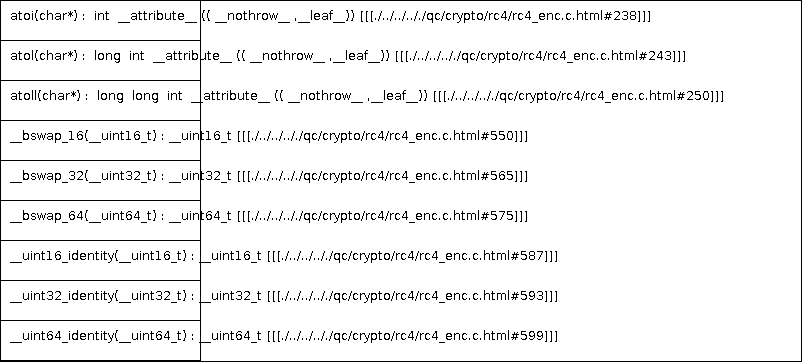
This is docs/qc/crypto/rc4/rc4_enc.c.png from qualitesys/openssl, a PlantUML export, as it was before one commit. Its source is kept beside it as docs/qc/crypto/rc4/rc4_enc.c.puml.
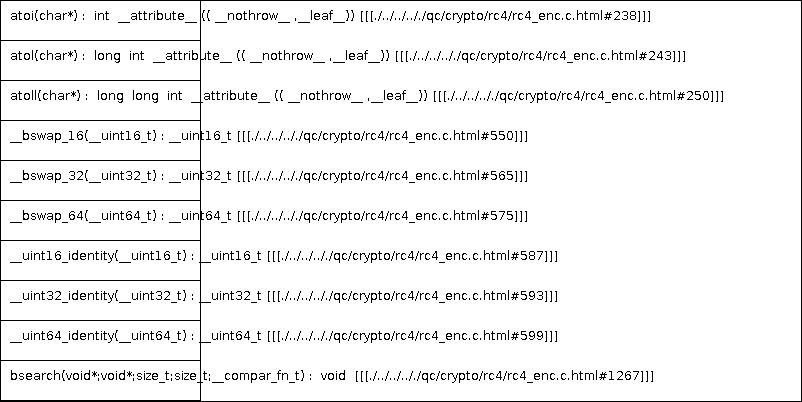
The same diagram one commit later.

The edit, as a diff of the source:
```diff
@@ -10,5 +10,6 @@
 __uint16_identity(__uint16_t) : __uint16_t [[[./../../.././qc/crypto/rc4/rc4_enc.c.html#587]]]
 __uint32_identity(__uint32_t) : __uint32_t [[[./../../.././qc/crypto/rc4/rc4_enc.c.html#593]]]
 __uint64_identity(__uint64_t) : __uint64_t [[[./../../.././qc/crypto/rc4/rc4_enc.c.html#599]]]
+bsearch(void*;void*;size_t;size_t;__compar_fn_t) :  void  [[[./../../.././qc/crypto/rc4/rc4_enc.c.html#1267]]]
 }
 @enduml
```
